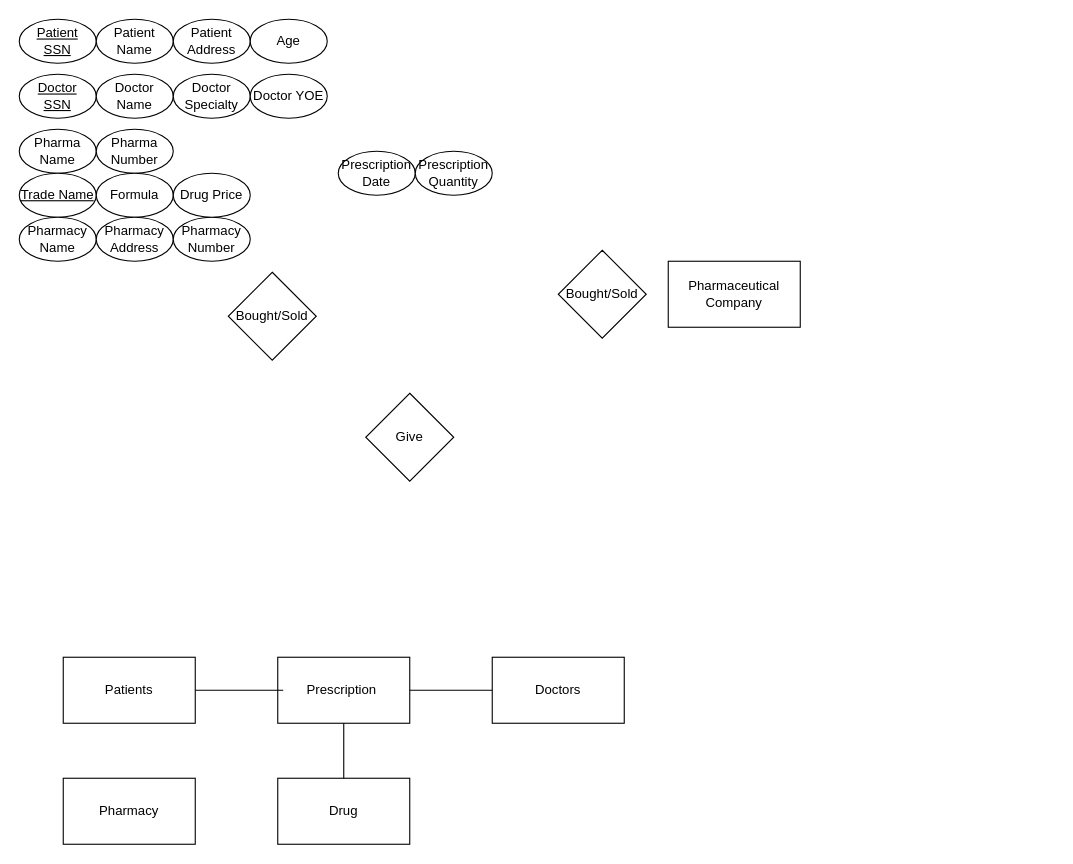
Swoopi/2022_0s_211 keeps this draw.io diagram as Homework2.drawio. Above is the earlier version. Source tidied: cells renumbered, new cells numbered last; positions are measured from the earlier drawing's top-left corner, leaving out a move shared by most shapes. Both pictures are drawn from the tidied source at 110%, with x=0, y=0 at pixel (19, 19).
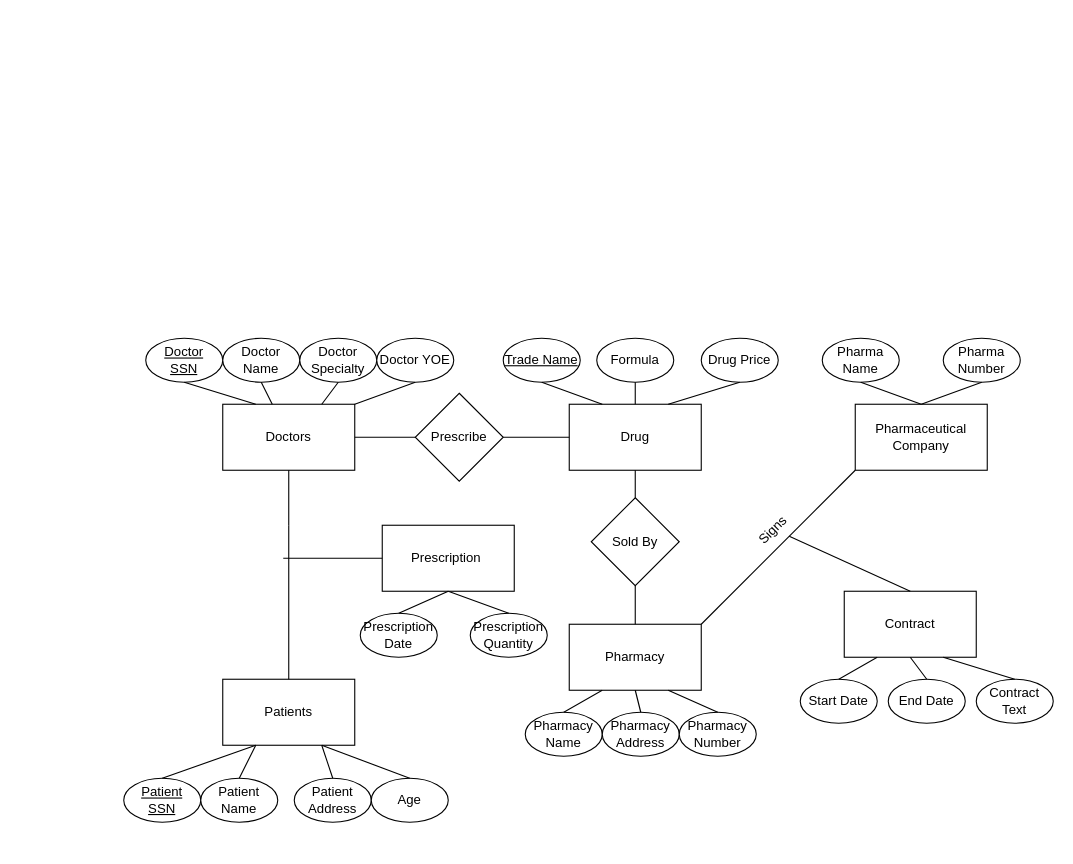
Above is the later version.

Diff of the diagram source:
```diff
@@
     <mxCell id="2" value="Patients" style="rounded=0;whiteSpace=wrap;html=1;" parent="1" vertex="1">
-      <mxGeometry x="40" y="580" width="120" height="60" as="geometry" />
+      <mxGeometry x="185" y="600" width="120" height="60" as="geometry" />
     </mxCell>
     <mxCell id="3" value="Doctors" style="rounded=0;whiteSpace=wrap;html=1;" parent="1" vertex="1">
-      <mxGeometry x="430" y="580" width="120" height="60" as="geometry" />
+      <mxGeometry x="185" y="350" width="120" height="60" as="geometry" />
     </mxCell>
     <mxCell id="4" value="Pharmacy" style="rounded=0;whiteSpace=wrap;html=1;" parent="1" vertex="1">
-      <mxGeometry x="40" y="690" width="120" height="60" as="geometry" />
+      <mxGeometry x="500" y="550" width="120" height="60" as="geometry" />
     </mxCell>
     <mxCell id="5" value="Pharmaceutical Company" style="rounded=0;whiteSpace=wrap;html=1;" parent="1" vertex="1">
-      <mxGeometry x="590" y="220" width="120" height="60" as="geometry" />
+      <mxGeometry x="760" y="350" width="120" height="60" as="geometry" />
     </mxCell>
     <mxCell id="6" value="Drug" style="rounded=0;whiteSpace=wrap;html=1;" parent="1" vertex="1">
-      <mxGeometry x="235" y="690" width="120" height="60" as="geometry" />
+      <mxGeometry x="500" y="350" width="120" height="60" as="geometry" />
     </mxCell>
     <mxCell id="7" value="&lt;u&gt;Patient&lt;br&gt;SSN&lt;/u&gt;" style="ellipse;whiteSpace=wrap;html=1;" parent="1" vertex="1">
-      <mxGeometry width="70" height="40" as="geometry" />
+      <mxGeometry x="95" y="690" width="70" height="40" as="geometry" />
     </mxCell>
     <mxCell id="8" value="Patient Name" style="ellipse;whiteSpace=wrap;html=1;" parent="1" vertex="1">
-      <mxGeometry x="70" width="70" height="40" as="geometry" />
+      <mxGeometry x="165" y="690" width="70" height="40" as="geometry" />
     </mxCell>
     <mxCell id="9" value="Patient Address" style="ellipse;whiteSpace=wrap;html=1;" parent="1" vertex="1">
-      <mxGeometry x="140" width="70" height="40" as="geometry" />
+      <mxGeometry x="250" y="690" width="70" height="40" as="geometry" />
     </mxCell>
     <mxCell id="10" value="Age" style="ellipse;whiteSpace=wrap;html=1;" parent="1" vertex="1">
-      <mxGeometry x="210" width="70" height="40" as="geometry" />
+      <mxGeometry x="320" y="690" width="70" height="40" as="geometry" />
     </mxCell>
     <mxCell id="11" value="&lt;u&gt;Doctor&lt;br&gt;SSN&lt;/u&gt;" style="ellipse;whiteSpace=wrap;html=1;" parent="1" vertex="1">
-      <mxGeometry y="50" width="70" height="40" as="geometry" />
+      <mxGeometry x="115" y="290" width="70" height="40" as="geometry" />
     </mxCell>
     <mxCell id="12" value="Doctor Name" style="ellipse;whiteSpace=wrap;html=1;" parent="1" vertex="1">
-      <mxGeometry x="70" y="50" width="70" height="40" as="geometry" />
+      <mxGeometry x="185" y="290" width="70" height="40" as="geometry" />
     </mxCell>
     <mxCell id="13" value="Doctor Specialty" style="ellipse;whiteSpace=wrap;html=1;" parent="1" vertex="1">
-      <mxGeometry x="140" y="50" width="70" height="40" as="geometry" />
+      <mxGeometry x="255" y="290" width="70" height="40" as="geometry" />
     </mxCell>
     <mxCell id="14" value="Doctor YOE" style="ellipse;whiteSpace=wrap;html=1;" parent="1" vertex="1">
-      <mxGeometry x="210" y="50" width="70" height="40" as="geometry" />
+      <mxGeometry x="325" y="290" width="70" height="40" as="geometry" />
     </mxCell>
     <mxCell id="15" value="Pharma Name" style="ellipse;whiteSpace=wrap;html=1;" parent="1" vertex="1">
-      <mxGeometry y="100" width="70" height="40" as="geometry" />
+      <mxGeometry x="730" y="290" width="70" height="40" as="geometry" />
     </mxCell>
     <mxCell id="16" value="Pharma Number" style="ellipse;whiteSpace=wrap;html=1;" parent="1" vertex="1">
-      <mxGeometry x="70" y="100" width="70" height="40" as="geometry" />
+      <mxGeometry x="840" y="290" width="70" height="40" as="geometry" />
     </mxCell>
     <mxCell id="17" value="&lt;u&gt;Trade Name&lt;/u&gt;" style="ellipse;whiteSpace=wrap;html=1;" parent="1" vertex="1">
-      <mxGeometry y="140" width="70" height="40" as="geometry" />
+      <mxGeometry x="440" y="290" width="70" height="40" as="geometry" />
     </mxCell>
     <mxCell id="18" value="Formula" style="ellipse;whiteSpace=wrap;html=1;" parent="1" vertex="1">
-      <mxGeometry x="70" y="140" width="70" height="40" as="geometry" />
+      <mxGeometry x="525" y="290" width="70" height="40" as="geometry" />
     </mxCell>
     <mxCell id="19" value="Pharmacy Name" style="ellipse;whiteSpace=wrap;html=1;" parent="1" vertex="1">
-      <mxGeometry y="180" width="70" height="40" as="geometry" />
+      <mxGeometry x="460" y="630" width="70" height="40" as="geometry" />
     </mxCell>
     <mxCell id="20" value="Pharmacy Address" style="ellipse;whiteSpace=wrap;html=1;" parent="1" vertex="1">
-      <mxGeometry x="70" y="180" width="70" height="40" as="geometry" />
+      <mxGeometry x="530" y="630" width="70" height="40" as="geometry" />
     </mxCell>
     <mxCell id="21" value="Pharmacy Number" style="ellipse;whiteSpace=wrap;html=1;" parent="1" vertex="1">
-      <mxGeometry x="140" y="180" width="70" height="40" as="geometry" />
+      <mxGeometry x="600" y="630" width="70" height="40" as="geometry" />
     </mxCell>
     <mxCell id="22" value="Drug Price" style="ellipse;whiteSpace=wrap;html=1;" parent="1" vertex="1">
-      <mxGeometry x="140" y="140" width="70" height="40" as="geometry" />
+      <mxGeometry x="620" y="290" width="70" height="40" as="geometry" />
     </mxCell>
-    <mxCell id="23" value="Give" style="rhombus;whiteSpace=wrap;html=1;" parent="1" vertex="1">
-      <mxGeometry x="315" y="340" width="80" height="80" as="geometry" />
+    <mxCell id="23" value="Prescribe" style="rhombus;whiteSpace=wrap;html=1;" parent="1" vertex="1">
+      <mxGeometry x="360" y="340" width="80" height="80" as="geometry" />
     </mxCell>
-    <mxCell id="24" value="Bought/Sold" style="rhombus;whiteSpace=wrap;html=1;" parent="1" vertex="1">
-      <mxGeometry x="490" y="210" width="80" height="80" as="geometry" />
+    <mxCell id="24" value="Sold By" style="rhombus;whiteSpace=wrap;html=1;" parent="1" vertex="1">
+      <mxGeometry x="520" y="435" width="80" height="80" as="geometry" />
     </mxCell>
-    <mxCell id="25" value="Bought/Sold" style="rhombus;whiteSpace=wrap;html=1;" parent="1" vertex="1">
-      <mxGeometry x="190" y="230" width="80" height="80" as="geometry" />
-    </mxCell>
     <mxCell id="26" value="Prescription&amp;nbsp;" style="rounded=0;whiteSpace=wrap;html=1;" parent="1" vertex="1">
-      <mxGeometry x="235" y="580" width="120" height="60" as="geometry" />
+      <mxGeometry x="330" y="460" width="120" height="60" as="geometry" />
     </mxCell>
     <mxCell id="27" value="Prescription Date" style="ellipse;whiteSpace=wrap;html=1;" parent="1" vertex="1">
-      <mxGeometry x="290" y="120" width="70" height="40" as="geometry" />
+      <mxGeometry x="310" y="540" width="70" height="40" as="geometry" />
     </mxCell>
     <mxCell id="28" value="Prescription Quantity" style="ellipse;whiteSpace=wrap;html=1;" parent="1" vertex="1">
-      <mxGeometry x="360" y="120" width="70" height="40" as="geometry" />
+      <mxGeometry x="410" y="540" width="70" height="40" as="geometry" />
     </mxCell>
-    <mxCell id="29" style="endArrow=none;html=1;rounded=0;exitX=1;exitY=0.5;exitDx=0;exitDy=0;" parent="1" edge="1" source="2">
-      <mxGeometry relative="1" as="geometry">
-        <mxPoint x="240" y="610" as="targetPoint" />
-      </mxGeometry>
-    </mxCell>
-    <mxCell id="30" style="endArrow=none;html=1;rounded=0;exitX=0;exitY=0.5;exitDx=0;exitDy=0;entryX=1;entryY=0.5;entryDx=0;entryDy=0;" parent="1" edge="1" source="3" target="26">
-      <mxGeometry relative="1" as="geometry" />
-    </mxCell>
-    <mxCell id="31" style="endArrow=none;html=1;rounded=0;entryX=0.5;entryY=1;entryDx=0;entryDy=0;exitX=0.5;exitY=0;exitDx=0;exitDy=0;" parent="1" edge="1" source="6" target="26">
-      <mxGeometry relative="1" as="geometry" />
-    </mxCell>
+    <mxCell id="32" style="endArrow=none;html=1;rounded=0;entryX=0.5;entryY=1;entryDx=0;entryDy=0;" parent="1" edge="1" source="24" target="6">
+      <mxGeometry relative="1" as="geometry" />
+    </mxCell>
+    <mxCell id="33" style="endArrow=none;html=1;rounded=0;exitX=0.5;exitY=0;exitDx=0;exitDy=0;" parent="1" edge="1" source="2">
+      <mxGeometry relative="1" as="geometry">
+        <mxPoint x="245" y="460" as="targetPoint" />
+      </mxGeometry>
+    </mxCell>
+    <mxCell id="34" style="endArrow=none;html=1;rounded=0;entryX=0.5;entryY=1;entryDx=0;entryDy=0;exitX=0.5;exitY=0;exitDx=0;exitDy=0;" parent="1" edge="1" source="4" target="24">
+      <mxGeometry relative="1" as="geometry" />
+    </mxCell>
+    <mxCell id="35" style="endArrow=none;html=1;rounded=0;entryX=0.5;entryY=1;entryDx=0;entryDy=0;exitX=0.5;exitY=0;exitDx=0;exitDy=0;" parent="1" edge="1" target="3">
+      <mxGeometry relative="1" as="geometry">
+        <mxPoint x="245" y="460" as="sourcePoint" />
+      </mxGeometry>
+    </mxCell>
+    <mxCell id="36" style="endArrow=none;html=1;rounded=0;entryX=1;entryY=0.5;entryDx=0;entryDy=0;exitX=0;exitY=0.5;exitDx=0;exitDy=0;" parent="1" edge="1" source="23" target="3">
+      <mxGeometry relative="1" as="geometry" />
+    </mxCell>
+    <mxCell id="37" style="endArrow=none;html=1;rounded=0;entryX=1;entryY=0.5;entryDx=0;entryDy=0;exitX=0;exitY=0.5;exitDx=0;exitDy=0;" parent="1" edge="1" source="6" target="23">
+      <mxGeometry relative="1" as="geometry" />
+    </mxCell>
+    <mxCell id="38" value="Contract" style="rounded=0;whiteSpace=wrap;html=1;" parent="1" vertex="1">
+      <mxGeometry x="750" y="520" width="120" height="60" as="geometry" />
+    </mxCell>
+    <mxCell id="39" style="endArrow=none;html=1;rounded=0;exitX=1;exitY=0;exitDx=0;exitDy=0;entryX=0;entryY=1;entryDx=0;entryDy=0;" parent="1" edge="1" source="4" target="5">
+      <mxGeometry relative="1" as="geometry" />
+    </mxCell>
+    <mxCell id="40" style="endArrow=none;html=1;rounded=0;" parent="1" edge="1">
+      <mxGeometry relative="1" as="geometry">
+        <mxPoint x="330" y="490" as="sourcePoint" />
+        <mxPoint x="240" y="490" as="targetPoint" />
+      </mxGeometry>
+    </mxCell>
+    <mxCell id="41" style="endArrow=none;html=1;rounded=0;exitX=0.5;exitY=0;exitDx=0;exitDy=0;" parent="1" edge="1" source="38">
+      <mxGeometry relative="1" as="geometry">
+        <mxPoint x="700" y="470" as="targetPoint" />
+      </mxGeometry>
+    </mxCell>
+    <mxCell id="42" value="Signs" style="text;html=1;align=center;verticalAlign=middle;strokeColor=none;fillColor=none;rotation=-45;" parent="1" vertex="1">
+      <mxGeometry x="660" y="450" width="50" height="30" as="geometry" />
+    </mxCell>
+    <mxCell id="43" style="endArrow=none;html=1;rounded=0;exitX=0.5;exitY=0;exitDx=0;exitDy=0;entryX=0.25;entryY=1;entryDx=0;entryDy=0;" parent="1" edge="1" source="7" target="2">
+      <mxGeometry relative="1" as="geometry" />
+    </mxCell>
+    <mxCell id="44" style="endArrow=none;html=1;rounded=0;exitX=0.5;exitY=0;exitDx=0;exitDy=0;entryX=0.25;entryY=1;entryDx=0;entryDy=0;" parent="1" edge="1" source="8" target="2">
+      <mxGeometry relative="1" as="geometry" />
+    </mxCell>
+    <mxCell id="45" style="endArrow=none;html=1;rounded=0;exitX=0.5;exitY=0;exitDx=0;exitDy=0;entryX=0.75;entryY=1;entryDx=0;entryDy=0;" parent="1" edge="1" source="10" target="2">
+      <mxGeometry relative="1" as="geometry" />
+    </mxCell>
+    <mxCell id="46" style="endArrow=none;html=1;rounded=0;exitX=0.5;exitY=0;exitDx=0;exitDy=0;entryX=0.75;entryY=1;entryDx=0;entryDy=0;" parent="1" edge="1" source="9" target="2">
+      <mxGeometry relative="1" as="geometry" />
+    </mxCell>
+    <mxCell id="47" style="endArrow=none;html=1;rounded=0;entryX=0.5;entryY=1;entryDx=0;entryDy=0;exitX=0.25;exitY=0;exitDx=0;exitDy=0;" parent="1" edge="1" source="3" target="11">
+      <mxGeometry relative="1" as="geometry" />
+    </mxCell>
+    <mxCell id="48" style="endArrow=none;html=1;rounded=0;entryX=0.5;entryY=1;entryDx=0;entryDy=0;" parent="1" edge="1" source="3" target="12">
+      <mxGeometry relative="1" as="geometry" />
+    </mxCell>
+    <mxCell id="49" style="endArrow=none;html=1;rounded=0;entryX=0.5;entryY=1;entryDx=0;entryDy=0;exitX=0.75;exitY=0;exitDx=0;exitDy=0;" parent="1" edge="1" source="3" target="13">
+      <mxGeometry relative="1" as="geometry" />
+    </mxCell>
+    <mxCell id="50" style="endArrow=none;html=1;rounded=0;entryX=0.5;entryY=1;entryDx=0;entryDy=0;exitX=1;exitY=0;exitDx=0;exitDy=0;" parent="1" edge="1" source="3" target="14">
+      <mxGeometry relative="1" as="geometry" />
+    </mxCell>
+    <mxCell id="51" style="endArrow=none;html=1;rounded=0;entryX=0.5;entryY=1;entryDx=0;entryDy=0;exitX=0.25;exitY=0;exitDx=0;exitDy=0;" parent="1" edge="1" source="6" target="17">
+      <mxGeometry relative="1" as="geometry" />
+    </mxCell>
+    <mxCell id="52" style="endArrow=none;html=1;rounded=0;entryX=0.5;entryY=1;entryDx=0;entryDy=0;exitX=0.5;exitY=0;exitDx=0;exitDy=0;" parent="1" edge="1" source="6" target="18">
+      <mxGeometry relative="1" as="geometry" />
+    </mxCell>
+    <mxCell id="53" style="endArrow=none;html=1;rounded=0;entryX=0.5;entryY=1;entryDx=0;entryDy=0;exitX=0.75;exitY=0;exitDx=0;exitDy=0;" parent="1" edge="1" source="6" target="22">
+      <mxGeometry relative="1" as="geometry" />
+    </mxCell>
+    <mxCell id="54" style="endArrow=none;html=1;rounded=0;entryX=0.5;entryY=1;entryDx=0;entryDy=0;exitX=0.5;exitY=0;exitDx=0;exitDy=0;" parent="1" edge="1" source="5" target="15">
+      <mxGeometry relative="1" as="geometry" />
+    </mxCell>
+    <mxCell id="55" style="endArrow=none;html=1;rounded=0;entryX=0.5;entryY=1;entryDx=0;entryDy=0;exitX=0.5;exitY=0;exitDx=0;exitDy=0;" parent="1" edge="1" source="5" target="16">
+      <mxGeometry relative="1" as="geometry" />
+    </mxCell>
+    <mxCell id="56" style="endArrow=none;html=1;rounded=0;entryX=0.5;entryY=1;entryDx=0;entryDy=0;exitX=0.5;exitY=0;exitDx=0;exitDy=0;" parent="1" edge="1" source="27" target="26">
+      <mxGeometry relative="1" as="geometry" />
+    </mxCell>
+    <mxCell id="57" style="endArrow=none;html=1;rounded=0;entryX=0.5;entryY=1;entryDx=0;entryDy=0;exitX=0.5;exitY=0;exitDx=0;exitDy=0;" parent="1" edge="1" source="28" target="26">
+      <mxGeometry relative="1" as="geometry" />
+    </mxCell>
+    <mxCell id="58" style="endArrow=none;html=1;rounded=0;entryX=0.25;entryY=1;entryDx=0;entryDy=0;exitX=0.5;exitY=0;exitDx=0;exitDy=0;" parent="1" edge="1" source="19" target="4">
+      <mxGeometry relative="1" as="geometry" />
+    </mxCell>
+    <mxCell id="59" style="endArrow=none;html=1;rounded=0;entryX=0.5;entryY=1;entryDx=0;entryDy=0;exitX=0.5;exitY=0;exitDx=0;exitDy=0;" parent="1" edge="1" source="20" target="4">
+      <mxGeometry relative="1" as="geometry" />
+    </mxCell>
+    <mxCell id="60" style="endArrow=none;html=1;rounded=0;entryX=0.75;entryY=1;entryDx=0;entryDy=0;exitX=0.5;exitY=0;exitDx=0;exitDy=0;" parent="1" edge="1" source="21" target="4">
+      <mxGeometry relative="1" as="geometry" />
+    </mxCell>
+    <mxCell id="61" value="Contract Text" style="ellipse;whiteSpace=wrap;html=1;" parent="1" vertex="1">
+      <mxGeometry x="870" y="600" width="70" height="40" as="geometry" />
+    </mxCell>
+    <mxCell id="62" value="End Date" style="ellipse;whiteSpace=wrap;html=1;" parent="1" vertex="1">
+      <mxGeometry x="790" y="600" width="70" height="40" as="geometry" />
+    </mxCell>
+    <mxCell id="63" value="Start Date" style="ellipse;whiteSpace=wrap;html=1;" parent="1" vertex="1">
+      <mxGeometry x="710" y="600" width="70" height="40" as="geometry" />
+    </mxCell>
+    <mxCell id="64" style="endArrow=none;html=1;rounded=0;entryX=0.25;entryY=1;entryDx=0;entryDy=0;exitX=0.5;exitY=0;exitDx=0;exitDy=0;" parent="1" edge="1" source="63" target="38">
+      <mxGeometry relative="1" as="geometry" />
+    </mxCell>
+    <mxCell id="65" style="endArrow=none;html=1;rounded=0;entryX=0.5;entryY=1;entryDx=0;entryDy=0;exitX=0.5;exitY=0;exitDx=0;exitDy=0;" parent="1" edge="1" source="62" target="38">
+      <mxGeometry relative="1" as="geometry" />
+    </mxCell>
+    <mxCell id="66" style="endArrow=none;html=1;rounded=0;entryX=0.75;entryY=1;entryDx=0;entryDy=0;exitX=0.5;exitY=0;exitDx=0;exitDy=0;" parent="1" edge="1" source="61" target="38">
+      <mxGeometry relative="1" as="geometry" />
+    </mxCell>
```
